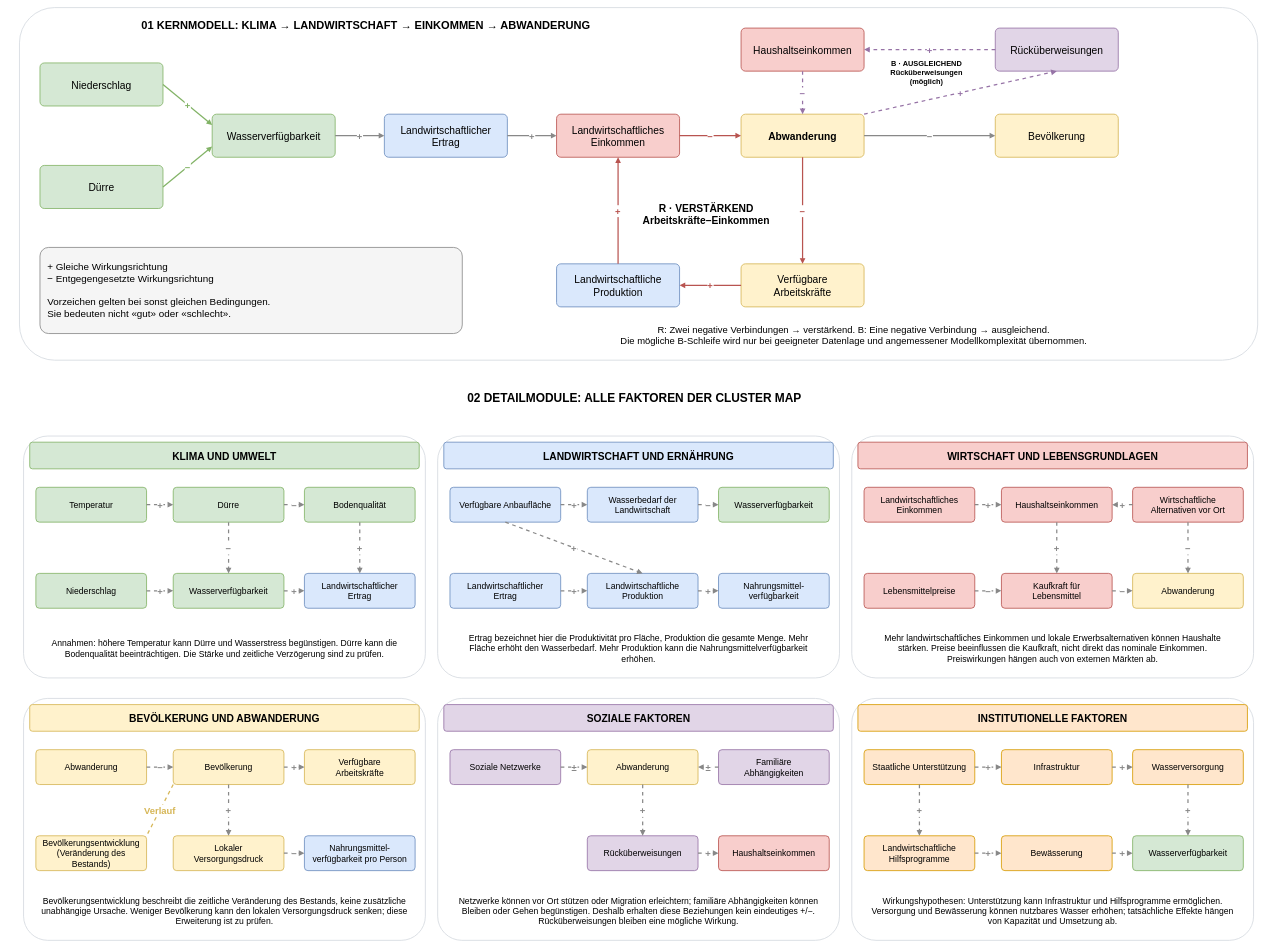
Above: LE1_system_mapping/drawio/causal_loop_map.drawio in ibidreli/climatemigration (draw.io), before the change. Source tidied: cells renumbered, new cells numbered last; positions are measured from the earlier drawing's top-left corner, leaving out a move shared by most shapes. Both pictures are drawn from the tidied source at 41%, with x=0, y=0 at pixel (7, 7).
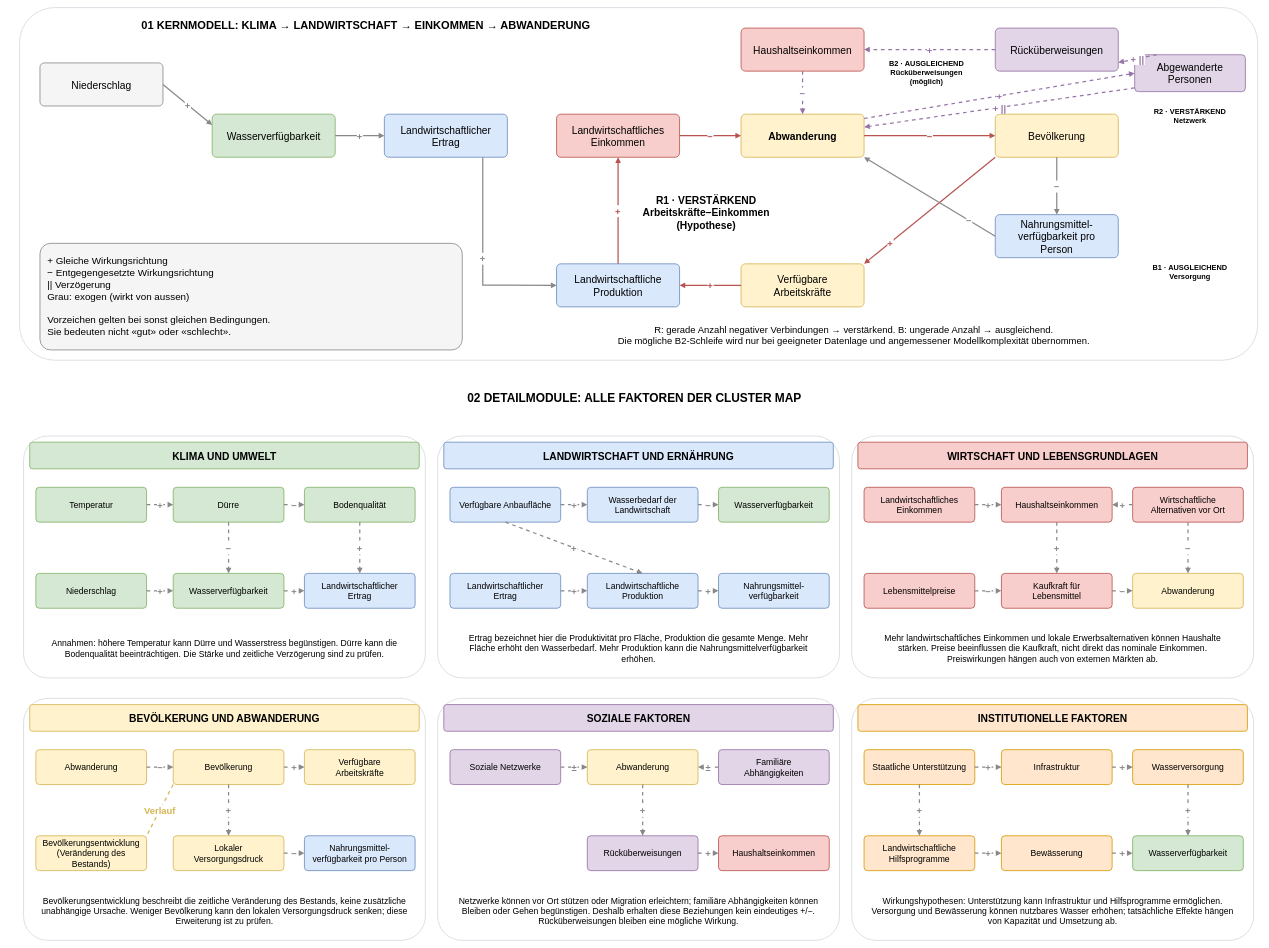
The same diagram, later.

The change refers to these unchanged cells:
```xml
<mxCell id="6" value="Wasserverfügbarkeit" style="rounded=1;arcSize=10;whiteSpace=wrap;html=0;fontFamily=Arial;fontSize=25;fontStyle=0;align=center;verticalAlign=middle;spacing=18;fillColor=#d5e8d4;strokeColor=#82b366;strokeWidth=2;" parent="1" vertex="1">
  <mxGeometry x="500" y="260" width="300" height="105" as="geometry" />
</mxCell>
<mxCell id="7" value="Landwirtschaftlicher&#10;Ertrag" style="rounded=1;arcSize=10;whiteSpace=wrap;html=0;fontFamily=Arial;fontSize=25;fontStyle=0;align=center;verticalAlign=middle;spacing=18;fillColor=#dae8fc;strokeColor=#6c8ebf;strokeWidth=2;" parent="1" vertex="1">
  <mxGeometry x="920" y="260" width="300" height="105" as="geometry" />
</mxCell>
<mxCell id="8" value="Landwirtschaftliches&#10;Einkommen" style="rounded=1;arcSize=10;whiteSpace=wrap;html=0;fontFamily=Arial;fontSize=25;fontStyle=0;align=center;verticalAlign=middle;spacing=18;fillColor=#f8cecc;strokeColor=#b85450;strokeWidth=2;" parent="1" vertex="1">
  <mxGeometry x="1340" y="260" width="300" height="105" as="geometry" />
</mxCell>
<mxCell id="9" value="Abwanderung" style="rounded=1;arcSize=10;whiteSpace=wrap;html=0;fontFamily=Arial;fontSize=25;fontStyle=1;align=center;verticalAlign=middle;spacing=18;fillColor=#fff2cc;strokeColor=#d6b656;strokeWidth=2;" parent="1" vertex="1">
  <mxGeometry x="1790" y="260" width="300" height="105" as="geometry" />
</mxCell>
<mxCell id="10" value="Bevölkerung" style="rounded=1;arcSize=10;whiteSpace=wrap;html=0;fontFamily=Arial;fontSize=25;fontStyle=0;align=center;verticalAlign=middle;spacing=18;fillColor=#fff2cc;strokeColor=#d6b656;strokeWidth=2;" parent="1" vertex="1">
  <mxGeometry x="2410" y="260" width="300" height="105" as="geometry" />
</mxCell>
<mxCell id="11" value="Verfügbare&#10;Arbeitskräfte" style="rounded=1;arcSize=10;whiteSpace=wrap;html=0;fontFamily=Arial;fontSize=25;fontStyle=0;align=center;verticalAlign=middle;spacing=18;fillColor=#fff2cc;strokeColor=#d6b656;strokeWidth=2;" parent="1" vertex="1">
  <mxGeometry x="1790" y="625" width="300" height="105" as="geometry" />
</mxCell>
<mxCell id="12" value="Landwirtschaftliche&#10;Produktion" style="rounded=1;arcSize=10;whiteSpace=wrap;html=0;fontFamily=Arial;fontSize=25;fontStyle=0;align=center;verticalAlign=middle;spacing=18;fillColor=#dae8fc;strokeColor=#6c8ebf;strokeWidth=2;" parent="1" vertex="1">
  <mxGeometry x="1340" y="625" width="300" height="105" as="geometry" />
</mxCell>
<mxCell id="13" value="Rücküberweisungen" style="rounded=1;arcSize=10;whiteSpace=wrap;html=0;fontFamily=Arial;fontSize=25;fontStyle=0;align=center;verticalAlign=middle;spacing=18;fillColor=#e1d5e7;strokeColor=#9673a6;strokeWidth=2;" parent="1" vertex="1">
  <mxGeometry x="2410" y="50" width="300" height="105" as="geometry" />
</mxCell>
```

Change to the diagram source:
```diff
@@
-    <mxCell id="4" value="Niederschlag" style="rounded=1;arcSize=10;whiteSpace=wrap;html=0;fontFamily=Arial;fontSize=25;fontStyle=0;align=center;verticalAlign=middle;spacing=18;fillColor=#d5e8d4;strokeColor=#82b366;strokeWidth=2;" parent="1" vertex="1">
+    <mxCell id="4" value="Niederschlag" style="rounded=1;arcSize=10;whiteSpace=wrap;html=0;fontFamily=Arial;fontSize=25;fontStyle=0;align=center;verticalAlign=middle;spacing=18;fillColor=#f5f5f5;strokeColor=#888888;strokeWidth=2;" parent="1" vertex="1">
       <mxGeometry x="80" y="135" width="300" height="105" as="geometry" />
     </mxCell>
-    <mxCell id="5" value="Dürre" style="rounded=1;arcSize=10;whiteSpace=wrap;html=0;fontFamily=Arial;fontSize=25;fontStyle=0;align=center;verticalAlign=middle;spacing=18;fillColor=#d5e8d4;strokeColor=#82b366;strokeWidth=2;" parent="1" vertex="1">
-      <mxGeometry x="80" y="385" width="300" height="105" as="geometry" />
-    </mxCell>
@@
-    <mxCell id="15" value="+" style="edgeStyle=none;rounded=0;html=0;endArrow=block;endFill=1;strokeWidth=3;strokeColor=#82b366;fontColor=#82b366;fontSize=23;fontStyle=1;labelBackgroundColor=#ffffff;exitX=1;exitY=0.5;entryX=0;entryY=0.25;exitPerimeter=0;entryPerimeter=0;dashed=0;" parent="1" edge="1" source="4" target="6">
+    <mxCell id="15" value="+" style="edgeStyle=none;rounded=0;html=0;endArrow=block;endFill=1;strokeWidth=3;strokeColor=#888888;fontColor=#888888;fontSize=23;fontStyle=1;labelBackgroundColor=#ffffff;exitX=1;exitY=0.5;entryX=0;entryY=0.25;exitPerimeter=0;entryPerimeter=0;dashed=0;" parent="1" edge="1" source="4" target="6">
       <mxGeometry relative="1" as="geometry" />
     </mxCell>
-    <mxCell id="16" value="−" style="edgeStyle=none;rounded=0;html=0;endArrow=block;endFill=1;strokeWidth=3;strokeColor=#82b366;fontColor=#82b366;fontSize=23;fontStyle=1;labelBackgroundColor=#ffffff;exitX=1;exitY=0.5;entryX=0;entryY=0.75;exitPerimeter=0;entryPerimeter=0;dashed=0;" parent="1" edge="1" source="5" target="6">
-      <mxGeometry relative="1" as="geometry" />
-    </mxCell>
@@
-    <mxCell id="18" value="+" style="edgeStyle=none;rounded=0;html=0;endArrow=block;endFill=1;strokeWidth=3;strokeColor=#888888;fontColor=#888888;fontSize=23;fontStyle=1;labelBackgroundColor=#ffffff;exitX=1;exitY=0.5;entryX=0;entryY=0.5;exitPerimeter=0;entryPerimeter=0;dashed=0;" parent="1" edge="1" source="7" target="8">
-      <mxGeometry relative="1" as="geometry" />
-    </mxCell>
@@
-    <mxCell id="20" value="−" style="edgeStyle=none;rounded=0;html=0;endArrow=block;endFill=1;strokeWidth=3;strokeColor=#888888;fontColor=#888888;fontSize=23;fontStyle=1;labelBackgroundColor=#ffffff;exitX=1;exitY=0.5;entryX=0;entryY=0.5;exitPerimeter=0;entryPerimeter=0;dashed=0;" parent="1" edge="1" source="9" target="10">
+    <mxCell id="20" value="−" style="edgeStyle=none;rounded=0;html=0;endArrow=block;endFill=1;strokeWidth=3;strokeColor=#b85450;fontColor=#b85450;fontSize=23;fontStyle=1;labelBackgroundColor=#ffffff;exitX=1;exitY=0.5;entryX=0;entryY=0.5;exitPerimeter=0;entryPerimeter=0;dashed=0;" parent="1" edge="1" source="9" target="10">
       <mxGeometry relative="1" as="geometry" />
     </mxCell>
-    <mxCell id="21" value="−" style="edgeStyle=none;rounded=0;html=0;endArrow=block;endFill=1;strokeWidth=3;strokeColor=#b85450;fontColor=#b85450;fontSize=23;fontStyle=1;labelBackgroundColor=#ffffff;exitX=0.5;exitY=1;entryX=0.5;entryY=0;exitPerimeter=0;entryPerimeter=0;dashed=0;" parent="1" edge="1" source="9" target="11">
-      <mxGeometry relative="1" as="geometry" />
-    </mxCell>
@@
-    <mxCell id="24" value="+" style="edgeStyle=none;rounded=0;html=0;endArrow=block;endFill=1;strokeWidth=3;strokeColor=#9673a6;fontColor=#9673a6;fontSize=23;fontStyle=1;labelBackgroundColor=#ffffff;exitX=1;exitY=0;entryX=0.5;entryY=1;exitPerimeter=0;entryPerimeter=0;dashed=1;" parent="1" edge="1" source="9" target="13">
-      <mxGeometry relative="1" as="geometry" />
-    </mxCell>
@@
-    <mxCell id="27" value="R · VERSTÄRKEND&#10;Arbeitskräfte–Einkommen" style="rounded=1;arcSize=10;whiteSpace=wrap;html=0;fontFamily=Arial;fontSize=25;fontStyle=1;align=center;verticalAlign=middle;spacing=18;fillColor=#ffffff;strokeColor=#d5d9df;strokeWidth=2;fillColor=none;strokeColor=none;" parent="1" vertex="1">
-      <mxGeometry x="1505" y="455" width="400" height="95" as="geometry" />
+    <mxCell id="27" value="R1 · VERSTÄRKEND&#10;Arbeitskräfte–Einkommen&#10;(Hypothese)" style="rounded=1;arcSize=10;whiteSpace=wrap;html=0;fontFamily=Arial;fontSize=25;fontStyle=1;align=center;verticalAlign=middle;spacing=18;fillColor=#ffffff;strokeColor=#d5d9df;strokeWidth=2;fillColor=none;strokeColor=none;" parent="1" vertex="1">
+      <mxGeometry x="1505" y="445" width="400" height="110" as="geometry" />
     </mxCell>
-    <mxCell id="28" value="B · AUSGLEICHEND&#10;Rücküberweisungen&#10;(möglich)" style="rounded=1;arcSize=10;whiteSpace=wrap;html=0;fontFamily=Arial;fontSize=18;fontStyle=1;align=center;verticalAlign=middle;spacing=18;fillColor=#ffffff;strokeColor=#d5d9df;strokeWidth=2;fillColor=none;strokeColor=none;" parent="1" vertex="1">
+    <mxCell id="28" value="B2 · AUSGLEICHEND&#10;Rücküberweisungen&#10;(möglich)" style="rounded=1;arcSize=10;whiteSpace=wrap;html=0;fontFamily=Arial;fontSize=18;fontStyle=1;align=center;verticalAlign=middle;spacing=18;fillColor=#ffffff;strokeColor=#d5d9df;strokeWidth=2;fillColor=none;strokeColor=none;" parent="1" vertex="1">
       <mxGeometry x="2120" y="120" width="245" height="78" as="geometry" />
     </mxCell>
-    <mxCell id="29" value="+  Gleiche Wirkungsrichtung&#10;−  Entgegengesetzte Wirkungsrichtung&#10;&#10;Vorzeichen gelten bei sonst gleichen Bedingungen.&#10;Sie bedeuten nicht «gut» oder «schlecht»." style="rounded=1;arcSize=10;whiteSpace=wrap;html=0;fontFamily=Arial;fontSize=24;fontStyle=0;align=left;verticalAlign=middle;spacing=18;fillColor=#f5f5f5;strokeColor=#888888;strokeWidth=2;" parent="1" vertex="1">
-      <mxGeometry x="80" y="585" width="1030" height="210" as="geometry" />
+    <mxCell id="29" value="+  Gleiche Wirkungsrichtung&#10;−  Entgegengesetzte Wirkungsrichtung&#10;||  Verzögerung&#10;Grau: exogen (wirkt von aussen)&#10;&#10;Vorzeichen gelten bei sonst gleichen Bedingungen.&#10;Sie bedeuten nicht «gut» oder «schlecht»." style="rounded=1;arcSize=10;whiteSpace=wrap;html=0;fontFamily=Arial;fontSize=24;fontStyle=0;align=left;verticalAlign=middle;spacing=18;fillColor=#f5f5f5;strokeColor=#888888;strokeWidth=2;" parent="1" vertex="1">
+      <mxGeometry x="80" y="575" width="1030" height="260" as="geometry" />
     </mxCell>
-    <mxCell id="30" value="R: Zwei negative Verbindungen → verstärkend.    B: Eine negative Verbindung → ausgleichend.&#10;Die mögliche B-Schleife wird nur bei geeigneter Datenlage und angemessener Modellkomplexität übernommen." style="rounded=1;arcSize=10;whiteSpace=wrap;html=0;fontFamily=Arial;fontSize=23;fontStyle=0;align=center;verticalAlign=middle;spacing=18;fillColor=#ffffff;strokeColor=#d5d9df;strokeWidth=2;fillColor=none;strokeColor=none;" parent="1" vertex="1">
+    <mxCell id="30" value="R: gerade Anzahl negativer Verbindungen → verstärkend.    B: ungerade Anzahl → ausgleichend.&#10;Die mögliche B2-Schleife wird nur bei geeigneter Datenlage und angemessener Modellkomplexität übernommen." style="rounded=1;arcSize=10;whiteSpace=wrap;html=0;fontFamily=Arial;fontSize=23;fontStyle=0;align=center;verticalAlign=middle;spacing=18;fillColor=#ffffff;strokeColor=#d5d9df;strokeWidth=2;fillColor=none;strokeColor=none;" parent="1" vertex="1">
       <mxGeometry x="1180" y="765" width="1770" height="70" as="geometry" />
     </mxCell>
@@
+    <mxCell id="117" value="+" style="edgeStyle=none;rounded=0;html=0;endArrow=block;endFill=1;strokeWidth=3;strokeColor=#888888;fontColor=#888888;fontSize=23;fontStyle=1;labelBackgroundColor=#ffffff;exitX=0.8;exitY=1;entryX=0;entryY=0.5;exitPerimeter=0;entryPerimeter=0;dashed=0;" parent="1" edge="1" source="7" target="12">
+      <mxGeometry relative="1" as="geometry">
+        <Array as="points">
+          <mxPoint x="1160" y="677" />
+        </Array>
+      </mxGeometry>
+    </mxCell>
+    <mxCell id="118" value="+" style="edgeStyle=none;rounded=0;html=0;endArrow=block;endFill=1;strokeWidth=3;strokeColor=#b85450;fontColor=#b85450;fontSize=23;fontStyle=1;labelBackgroundColor=#ffffff;exitX=0;exitY=1;entryX=1;entryY=0;exitPerimeter=0;entryPerimeter=0;dashed=0;" parent="1" edge="1" source="10" target="11">
+      <mxGeometry x="0.6" relative="1" as="geometry" />
+    </mxCell>
+    <mxCell id="119" value="Abgewanderte&#10;Personen" style="rounded=1;arcSize=10;whiteSpace=wrap;html=0;fontFamily=Arial;fontSize=25;fontStyle=0;align=center;verticalAlign=middle;spacing=18;fillColor=#e1d5e7;strokeColor=#9673a6;strokeWidth=2;" parent="1" vertex="1">
+      <mxGeometry x="2750" y="115" width="270" height="90" as="geometry" />
+    </mxCell>
+    <mxCell id="120" value="+" style="edgeStyle=none;rounded=0;html=0;endArrow=block;endFill=1;strokeWidth=3;strokeColor=#9673a6;fontColor=#9673a6;fontSize=23;fontStyle=1;labelBackgroundColor=#ffffff;exitX=1;exitY=0.1;entryX=0;entryY=0.5;exitPerimeter=0;entryPerimeter=0;dashed=1;" parent="1" edge="1" source="9" target="119">
+      <mxGeometry relative="1" as="geometry" />
+    </mxCell>
+    <mxCell id="121" value="+ ||" style="edgeStyle=none;rounded=0;html=0;endArrow=block;endFill=1;strokeWidth=3;strokeColor=#9673a6;fontColor=#9673a6;fontSize=23;fontStyle=1;labelBackgroundColor=#ffffff;exitX=0.2;exitY=0;entryX=1;entryY=0.8;exitPerimeter=0;entryPerimeter=0;dashed=1;" parent="1" edge="1" source="119" target="13">
+      <mxGeometry relative="1" as="geometry" />
+    </mxCell>
+    <mxCell id="122" value="+ ||" style="edgeStyle=none;rounded=0;html=0;endArrow=block;endFill=1;strokeWidth=3;strokeColor=#9673a6;fontColor=#9673a6;fontSize=23;fontStyle=1;labelBackgroundColor=#ffffff;exitX=0;exitY=0.9;entryX=1;entryY=0.3;exitPerimeter=0;entryPerimeter=0;dashed=1;" parent="1" edge="1" source="119" target="9">
+      <mxGeometry relative="1" as="geometry" />
+    </mxCell>
+    <mxCell id="123" value="Nahrungsmittel-&#10;verfügbarkeit pro Person" style="rounded=1;arcSize=10;whiteSpace=wrap;html=0;fontFamily=Arial;fontSize=25;fontStyle=0;align=center;verticalAlign=middle;spacing=18;fillColor=#dae8fc;strokeColor=#6c8ebf;strokeWidth=2;" parent="1" vertex="1">
+      <mxGeometry x="2410" y="505" width="300" height="105" as="geometry" />
+    </mxCell>
+    <mxCell id="124" value="−" style="edgeStyle=none;rounded=0;html=0;endArrow=block;endFill=1;strokeWidth=3;strokeColor=#888888;fontColor=#888888;fontSize=23;fontStyle=1;labelBackgroundColor=#ffffff;exitX=0.5;exitY=1;entryX=0.5;entryY=0;exitPerimeter=0;entryPerimeter=0;dashed=0;" parent="1" edge="1" source="10" target="123">
+      <mxGeometry relative="1" as="geometry" />
+    </mxCell>
+    <mxCell id="125" value="−" style="edgeStyle=none;rounded=0;html=0;endArrow=block;endFill=1;strokeWidth=3;strokeColor=#888888;fontColor=#888888;fontSize=23;fontStyle=1;labelBackgroundColor=#ffffff;exitX=0;exitY=0.5;entryX=1;entryY=1;exitPerimeter=0;entryPerimeter=0;dashed=0;" parent="1" edge="1" source="123" target="9">
+      <mxGeometry x="-0.6" relative="1" as="geometry" />
+    </mxCell>
+    <mxCell id="126" value="R2 · VERSTÄRKEND&#10;Netzwerk" style="rounded=1;arcSize=10;whiteSpace=wrap;html=0;fontFamily=Arial;fontSize=18;fontStyle=1;align=center;verticalAlign=middle;spacing=18;fillColor=#ffffff;strokeColor=#d5d9df;strokeWidth=2;fillColor=none;strokeColor=none;" parent="1" vertex="1">
+      <mxGeometry x="2750" y="235" width="270" height="60" as="geometry" />
+    </mxCell>
+    <mxCell id="127" value="B1 · AUSGLEICHEND&#10;Versorgung" style="rounded=1;arcSize=10;whiteSpace=wrap;html=0;fontFamily=Arial;fontSize=18;fontStyle=1;align=center;verticalAlign=middle;spacing=18;fillColor=#ffffff;strokeColor=#d5d9df;strokeWidth=2;fillColor=none;strokeColor=none;" parent="1" vertex="1">
+      <mxGeometry x="2750" y="615" width="270" height="60" as="geometry" />
+    </mxCell>
```
